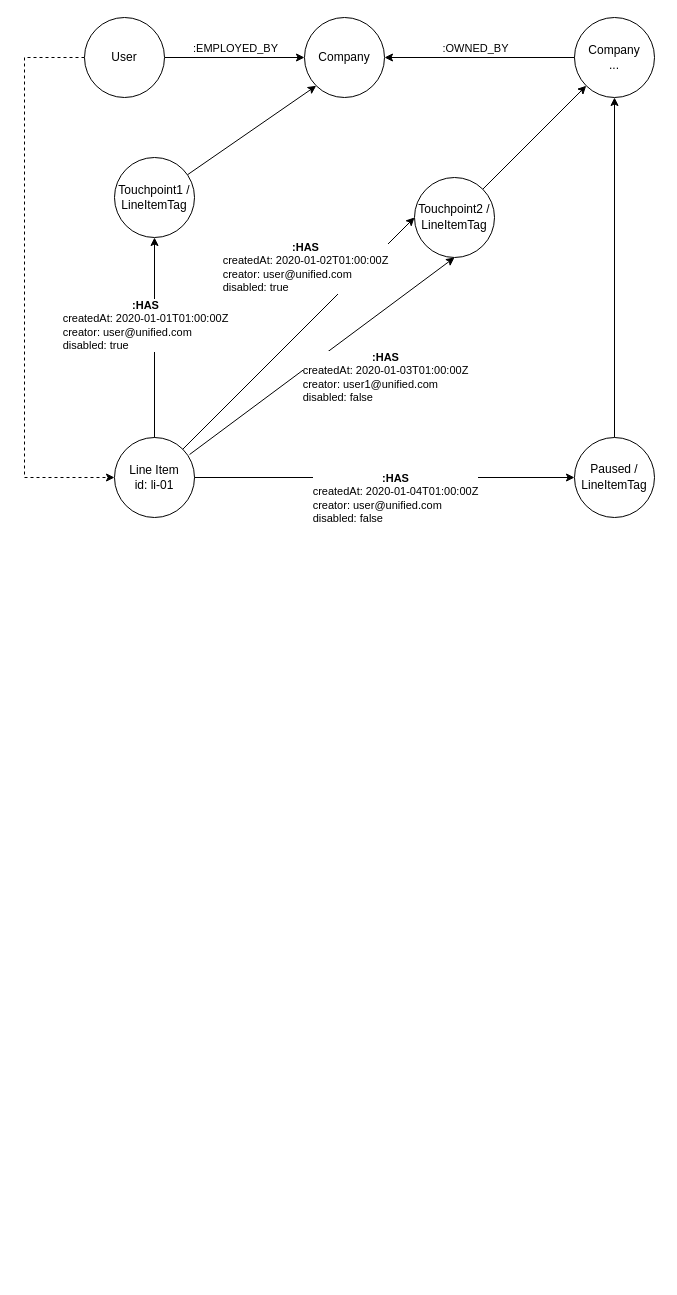
mengdage/project-diagram keeps this draw.io diagram as Line Item Tags.drawio. Above is the earlier version. Source tidied: cells renumbered, new cells numbered last; positions are measured from the earlier drawing's top-left corner, leaving out a move shared by most shapes. Both pictures are drawn from the tidied source at 100%, with x=0, y=0 at pixel (24, 17).
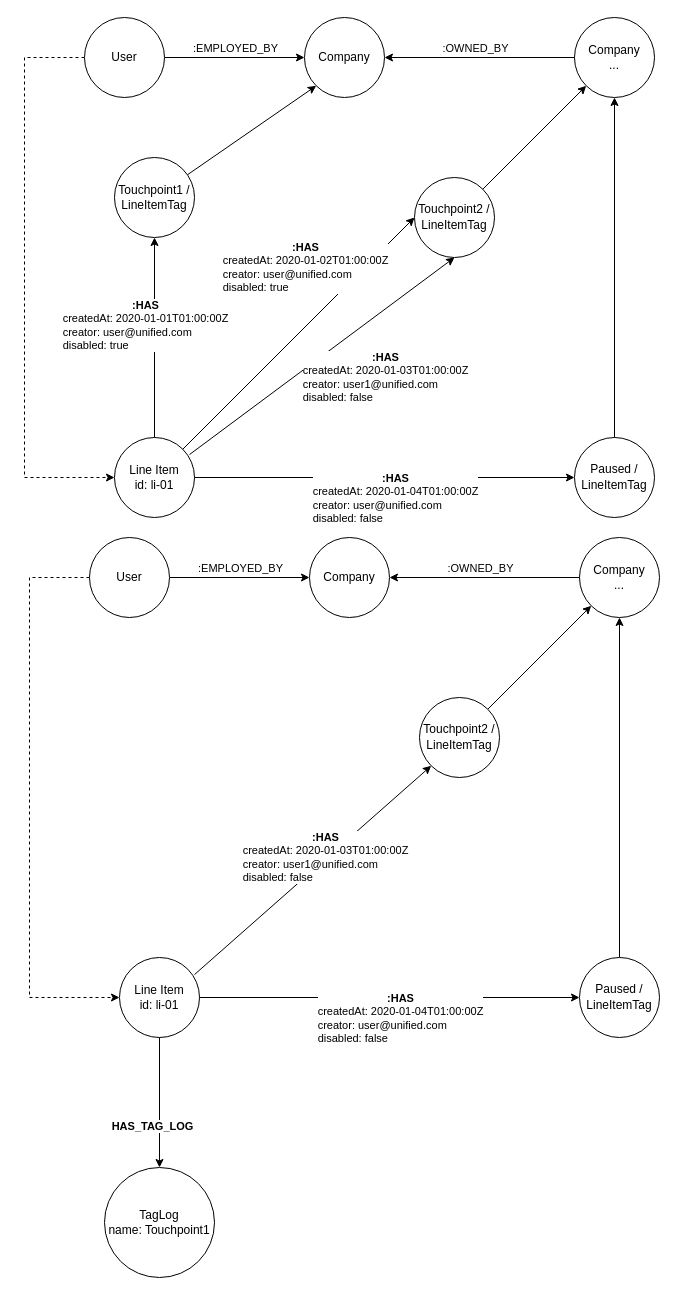
The same diagram, later.

The edit, as a diff of the source:
```diff
@@
+    <mxCell id="25" style="edgeStyle=none;rounded=0;jettySize=auto;html=1;entryX=0;entryY=1;entryDx=0;entryDy=0;" parent="1" edge="1" source="26" target="36">
+      <mxGeometry relative="1" as="geometry" />
+    </mxCell>
+    <mxCell id="26" value="&lt;font style=&quot;font-size: 12px&quot;&gt;&lt;span style=&quot;text-align: left ; background-color: rgb(255 , 255 , 255)&quot;&gt;Touchpoint2 /&lt;br&gt;&lt;/span&gt;&lt;span style=&quot;text-align: left ; background-color: rgb(255 , 255 , 255)&quot;&gt;LineItemTag&lt;/span&gt;&lt;/font&gt;&lt;span style=&quot;color: rgb(9 , 30 , 66) ; font-family: , , &amp;#34;segoe ui&amp;#34; , &amp;#34;roboto&amp;#34; , &amp;#34;noto sans&amp;#34; , &amp;#34;ubuntu&amp;#34; , &amp;#34;droid sans&amp;#34; , &amp;#34;helvetica neue&amp;#34; , sans-serif ; font-size: 14px ; text-align: left ; background-color: rgb(255 , 255 , 255)&quot;&gt;&lt;br&gt;&lt;/span&gt;" style="ellipse;whiteSpace=wrap;html=1;" parent="1" vertex="1">
+      <mxGeometry x="395" y="680" width="80" height="80" as="geometry" />
+    </mxCell>
+    <mxCell id="27" style="edgeStyle=none;rounded=0;jettySize=auto;html=1;entryX=0.5;entryY=1;entryDx=0;entryDy=0;" parent="1" edge="1" source="28" target="36">
+      <mxGeometry relative="1" as="geometry" />
+    </mxCell>
+    <mxCell id="28" value="&lt;font style=&quot;font-size: 12px&quot;&gt;&lt;span style=&quot;text-align: left ; background-color: rgb(255 , 255 , 255)&quot;&gt;Paused /&lt;br&gt;&lt;/span&gt;&lt;span style=&quot;text-align: left ; background-color: rgb(255 , 255 , 255)&quot;&gt;LineItemTag&lt;/span&gt;&lt;/font&gt;&lt;span style=&quot;color: rgb(9 , 30 , 66) ; font-family: , , &amp;#34;segoe ui&amp;#34; , &amp;#34;roboto&amp;#34; , &amp;#34;noto sans&amp;#34; , &amp;#34;ubuntu&amp;#34; , &amp;#34;droid sans&amp;#34; , &amp;#34;helvetica neue&amp;#34; , sans-serif ; font-size: 14px ; text-align: left ; background-color: rgb(255 , 255 , 255)&quot;&gt;&lt;br&gt;&lt;/span&gt;" style="ellipse;whiteSpace=wrap;html=1;" parent="1" vertex="1">
+      <mxGeometry x="555" y="940" width="80" height="80" as="geometry" />
+    </mxCell>
+    <mxCell id="29" value="Line Item&lt;br&gt;id: li-01" style="ellipse;whiteSpace=wrap;html=1;" parent="1" vertex="1">
+      <mxGeometry x="95" y="940" width="80" height="80" as="geometry" />
+    </mxCell>
+    <mxCell id="30" style="endArrow=classic;html=1;exitX=0.5;exitY=1;exitDx=0;exitDy=0;entryX=0.5;entryY=0;entryDx=0;entryDy=0;" parent="1" edge="1" source="29" target="44">
+      <mxGeometry relative="1" as="geometry" />
+    </mxCell>
+    <mxCell id="31" value="&lt;b&gt;HAS_TAG_LOG&lt;/b&gt;" style="edgeLabel;html=1;align=center;verticalAlign=middle;" parent="30" vertex="1">
+      <mxGeometry x="0.22" y="1" relative="1" as="geometry">
+        <mxPoint x="-9" y="9.1" as="offset" />
+      </mxGeometry>
+    </mxCell>
+    <mxCell id="32" style="endArrow=classic;html=1;exitX=0.938;exitY=0.213;exitDx=0;exitDy=0;entryX=0;entryY=1;entryDx=0;entryDy=0;exitPerimeter=0;" parent="1" edge="1" source="29" target="26">
+      <mxGeometry relative="1" as="geometry" />
+    </mxCell>
+    <mxCell id="33" value="&lt;b&gt;:HAS&lt;/b&gt;&lt;br&gt;&lt;div style=&quot;text-align: left&quot;&gt;createdAt: 2020-01-03T01:00:00Z&lt;/div&gt;&lt;div style=&quot;text-align: left&quot;&gt;creator: user1@unified.com&lt;/div&gt;&lt;div style=&quot;text-align: left&quot;&gt;disabled: false&lt;/div&gt;" style="edgeLabel;html=1;align=center;verticalAlign=middle;" parent="32" vertex="1">
+      <mxGeometry x="0.22" y="1" relative="1" as="geometry">
+        <mxPoint x="-13.4" y="10.7" as="offset" />
+      </mxGeometry>
+    </mxCell>
+    <mxCell id="34" style="endArrow=classic;html=1;exitX=1;exitY=0.5;exitDx=0;exitDy=0;entryX=0;entryY=0.5;entryDx=0;entryDy=0;" parent="1" edge="1" source="29" target="28">
+      <mxGeometry relative="1" as="geometry" />
+    </mxCell>
+    <mxCell id="35" value="&lt;b&gt;:HAS&lt;/b&gt;&lt;br&gt;&lt;div style=&quot;text-align: left&quot;&gt;createdAt: 2020-01-04T01:00:00Z&lt;/div&gt;&lt;div style=&quot;text-align: left&quot;&gt;creator: user@unified.com&lt;/div&gt;&lt;div style=&quot;text-align: left&quot;&gt;disabled: false&lt;/div&gt;" style="edgeLabel;html=1;align=center;verticalAlign=middle;" parent="34" vertex="1">
+      <mxGeometry x="0.22" y="1" relative="1" as="geometry">
+        <mxPoint x="-32" y="21.5" as="offset" />
+      </mxGeometry>
+    </mxCell>
+    <mxCell id="36" value="Company&lt;br&gt;..." style="ellipse;whiteSpace=wrap;html=1;" parent="1" vertex="1">
+      <mxGeometry x="555" y="520" width="80" height="80" as="geometry" />
+    </mxCell>
+    <mxCell id="37" style="edgeStyle=none;rounded=0;jettySize=auto;html=1;entryX=0;entryY=0.5;entryDx=0;entryDy=0;" parent="1" edge="1" source="40" target="43">
+      <mxGeometry relative="1" as="geometry" />
+    </mxCell>
+    <mxCell id="38" value=":EMPLOYED_BY" style="edgeLabel;html=1;align=center;verticalAlign=middle;" parent="37" vertex="1">
+      <mxGeometry x="-0.36" relative="1" as="geometry">
+        <mxPoint x="25" y="-10" as="offset" />
+      </mxGeometry>
+    </mxCell>
+    <mxCell id="39" style="edgeStyle=orthogonalEdgeStyle;rounded=0;jettySize=auto;html=1;entryX=0;entryY=0.5;entryDx=0;entryDy=0;dashed=1;" parent="1" edge="1" source="40" target="29">
+      <mxGeometry relative="1" as="geometry">
+        <Array as="points">
+          <mxPoint x="5" y="560" />
+          <mxPoint x="5" y="980" />
+        </Array>
+      </mxGeometry>
+    </mxCell>
+    <mxCell id="40" value="User" style="ellipse;whiteSpace=wrap;html=1;" parent="1" vertex="1">
+      <mxGeometry x="65" y="520" width="80" height="80" as="geometry" />
+    </mxCell>
+    <mxCell id="41" style="edgeStyle=none;rounded=0;jettySize=auto;html=1;exitX=0;exitY=0.5;exitDx=0;exitDy=0;entryX=1;entryY=0.5;entryDx=0;entryDy=0;" parent="1" edge="1" source="36" target="43">
+      <mxGeometry relative="1" as="geometry" />
+    </mxCell>
+    <mxCell id="42" value=":OWNED_BY" style="edgeLabel;html=1;align=center;verticalAlign=middle;" parent="41" vertex="1">
+      <mxGeometry x="0.36" relative="1" as="geometry">
+        <mxPoint x="29" y="-10" as="offset" />
+      </mxGeometry>
+    </mxCell>
+    <mxCell id="43" value="Company" style="ellipse;whiteSpace=wrap;html=1;" parent="1" vertex="1">
+      <mxGeometry x="285" y="520" width="80" height="80" as="geometry" />
+    </mxCell>
+    <mxCell id="44" value="TagLog&lt;br&gt;name: Touchpoint1" style="ellipse;whiteSpace=wrap;html=1;" parent="1" vertex="1">
+      <mxGeometry x="80" y="1150" width="110" height="110" as="geometry" />
+    </mxCell>
```
